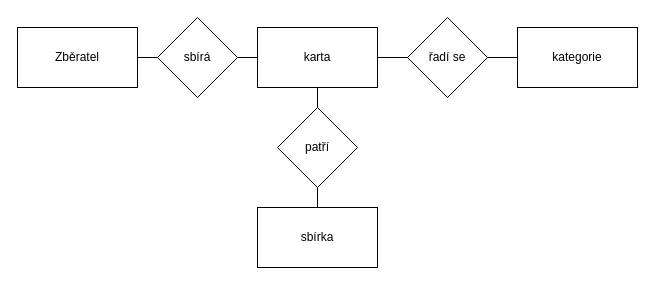
Earlier version of the draw.io diagram page "Karty" (2 of 4) of Dat.drawio (LowLightCZ1/DAT-Draw.io). Source tidied: cells renumbered, new cells numbered last; positions are measured from the earlier drawing's top-left corner, leaving out a move shared by most shapes. Both pictures are drawn from the tidied source at 100%, with x=0, y=0 at pixel (17, 17).
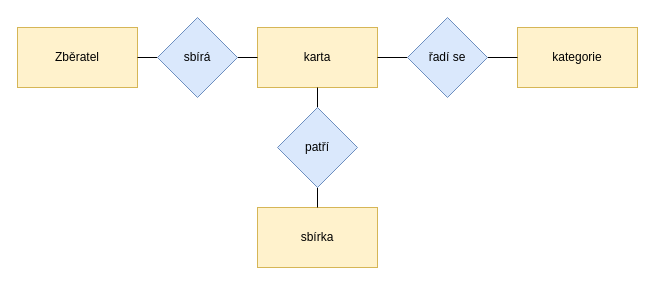
The same diagram, later.

Diff of the diagram source:
```diff
@@
 <mxGraphModel>
   <root>
     <mxCell id="0" />
     <mxCell id="1" parent="0" />
-    <mxCell id="2" value="Zběratel" style="rounded=0;whiteSpace=wrap;html=1;" parent="1" vertex="1">
+    <mxCell id="2" value="Zběratel" style="rounded=0;whiteSpace=wrap;html=1;fillColor=#fff2cc;strokeColor=#d6b656;" parent="1" vertex="1">
       <mxGeometry y="10" width="120" height="60" as="geometry" />
     </mxCell>
-    <mxCell id="3" value="karta" style="rounded=0;whiteSpace=wrap;html=1;" parent="1" vertex="1">
+    <mxCell id="3" value="karta" style="rounded=0;whiteSpace=wrap;html=1;fillColor=#fff2cc;strokeColor=#d6b656;" parent="1" vertex="1">
       <mxGeometry x="240" y="10" width="120" height="60" as="geometry" />
     </mxCell>
-    <mxCell id="4" value="sbírka" style="rounded=0;whiteSpace=wrap;html=1;" parent="1" vertex="1">
+    <mxCell id="4" value="sbírka" style="rounded=0;whiteSpace=wrap;html=1;fillColor=#fff2cc;strokeColor=#d6b656;" parent="1" vertex="1">
       <mxGeometry x="240" y="190" width="120" height="60" as="geometry" />
     </mxCell>
-    <mxCell id="5" value="kategorie" style="rounded=0;whiteSpace=wrap;html=1;" parent="1" vertex="1">
+    <mxCell id="5" value="kategorie" style="rounded=0;whiteSpace=wrap;html=1;fillColor=#fff2cc;strokeColor=#d6b656;" parent="1" vertex="1">
       <mxGeometry x="500" y="10" width="120" height="60" as="geometry" />
     </mxCell>
     <mxCell id="6" style="edgeStyle=orthogonalEdgeStyle;rounded=0;jettySize=auto;html=1;exitX=1;exitY=0.5;exitDx=0;exitDy=0;entryX=0;entryY=0.5;entryDx=0;entryDy=0;endArrow=none;endFill=0;" parent="1" edge="1" source="8" target="3">
       <mxGeometry relative="1" as="geometry" />
     </mxCell>
     <mxCell id="7" style="edgeStyle=orthogonalEdgeStyle;rounded=0;jettySize=auto;html=1;exitX=0;exitY=0.5;exitDx=0;exitDy=0;entryX=1;entryY=0.5;entryDx=0;entryDy=0;endArrow=none;endFill=0;" parent="1" edge="1" source="8" target="2">
       <mxGeometry relative="1" as="geometry" />
     </mxCell>
-    <mxCell id="8" value="sbírá" style="rhombus;whiteSpace=wrap;html=1;" parent="1" vertex="1">
+    <mxCell id="8" value="sbírá" style="rhombus;whiteSpace=wrap;html=1;fillColor=#dae8fc;strokeColor=#6c8ebf;" parent="1" vertex="1">
       <mxGeometry x="140" width="80" height="80" as="geometry" />
     </mxCell>
     <mxCell id="9" style="edgeStyle=orthogonalEdgeStyle;rounded=0;jettySize=auto;html=1;exitX=0;exitY=0.5;exitDx=0;exitDy=0;endArrow=none;endFill=0;" parent="1" edge="1" source="11" target="3">
       <mxGeometry relative="1" as="geometry" />
     </mxCell>
     <mxCell id="10" style="edgeStyle=orthogonalEdgeStyle;rounded=0;jettySize=auto;html=1;exitX=1;exitY=0.5;exitDx=0;exitDy=0;entryX=0;entryY=0.5;entryDx=0;entryDy=0;endArrow=none;endFill=0;" parent="1" edge="1" source="11" target="5">
       <mxGeometry relative="1" as="geometry" />
     </mxCell>
-    <mxCell id="11" value="řadí se" style="rhombus;whiteSpace=wrap;html=1;" parent="1" vertex="1">
+    <mxCell id="11" value="řadí se" style="rhombus;whiteSpace=wrap;html=1;fillColor=#dae8fc;strokeColor=#6c8ebf;" parent="1" vertex="1">
       <mxGeometry x="390" width="80" height="80" as="geometry" />
     </mxCell>
     <mxCell id="12" style="edgeStyle=orthogonalEdgeStyle;rounded=0;jettySize=auto;html=1;exitX=0.5;exitY=0;exitDx=0;exitDy=0;entryX=0.5;entryY=1;entryDx=0;entryDy=0;endArrow=none;endFill=0;" parent="1" edge="1" source="14" target="3">
       <mxGeometry relative="1" as="geometry" />
     </mxCell>
     <mxCell id="13" style="edgeStyle=orthogonalEdgeStyle;rounded=0;jettySize=auto;html=1;exitX=0.5;exitY=1;exitDx=0;exitDy=0;entryX=0.5;entryY=0;entryDx=0;entryDy=0;endArrow=none;endFill=0;" parent="1" edge="1" source="14" target="4">
       <mxGeometry relative="1" as="geometry" />
     </mxCell>
-    <mxCell id="14" value="patří" style="rhombus;whiteSpace=wrap;html=1;" parent="1" vertex="1">
+    <mxCell id="14" value="patří" style="rhombus;whiteSpace=wrap;html=1;fillColor=#dae8fc;strokeColor=#6c8ebf;" parent="1" vertex="1">
       <mxGeometry x="260" y="90" width="80" height="80" as="geometry" />
     </mxCell>
   </root>
 </mxGraphModel>
```
